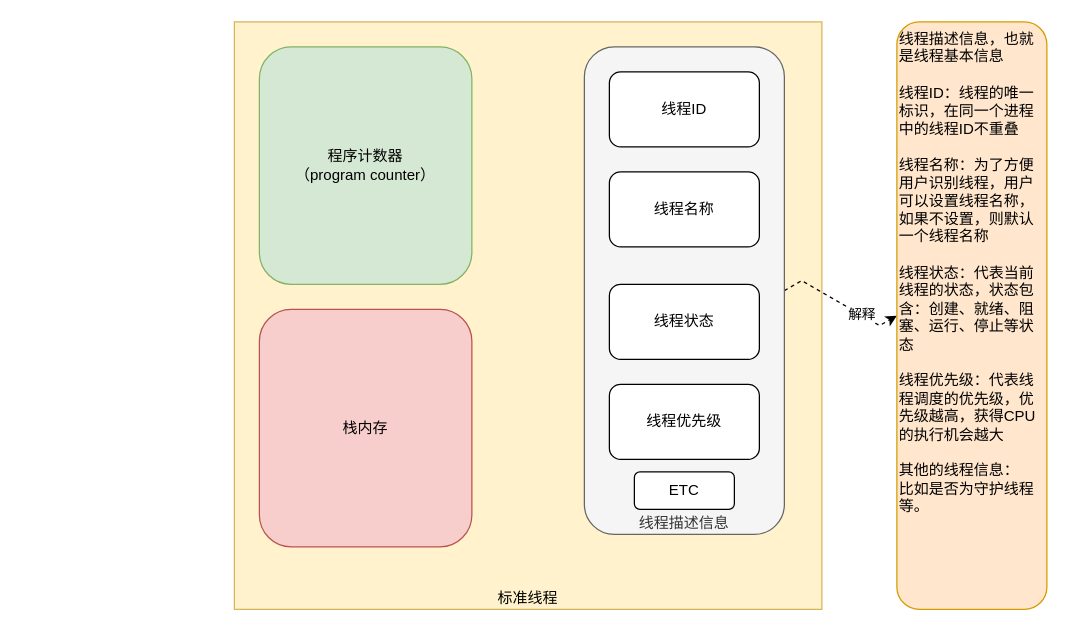
Earlier version of the draw.io diagram MuiltyThread.drawio (tz1102/drawio). Source tidied: cells renumbered, new cells numbered last; positions are measured from the earlier drawing's top-left corner, leaving out a move shared by most shapes. Both pictures are drawn from the tidied source at 125%, with x=0, y=0 at pixel (234, 21).
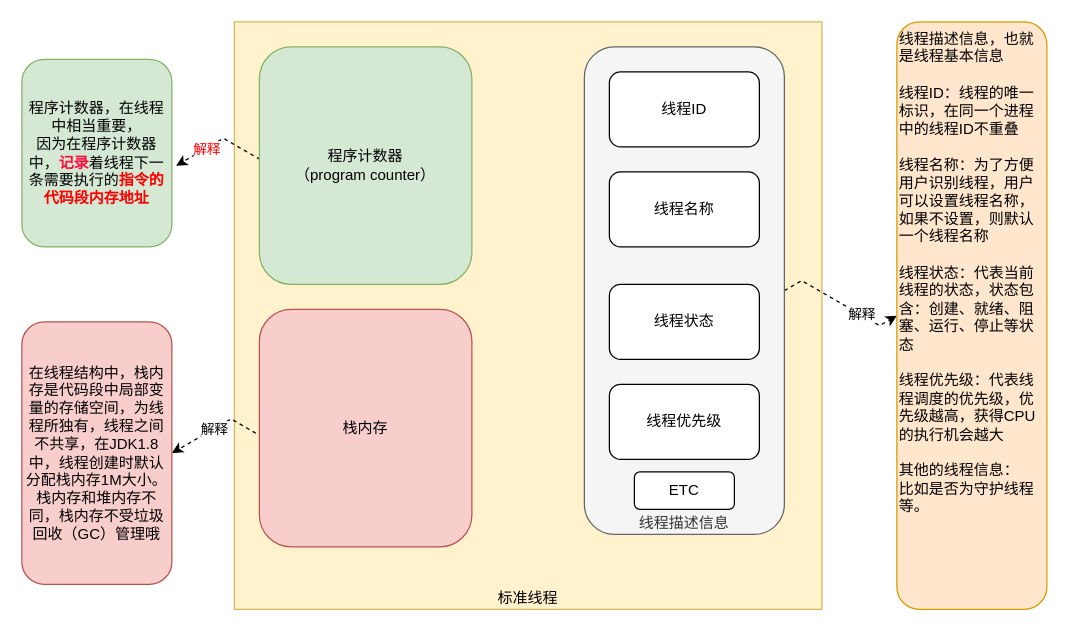
After the change.

The edit, as a diff of the source:
```diff
@@
 <mxGraphModel>
   <root>
     <mxCell id="0" />
     <mxCell id="1" parent="0" />
     <mxCell id="2" value="标准线程" style="whiteSpace=wrap;html=1;fillColor=#fff2cc;strokeColor=#d6b656;verticalAlign=bottom;" parent="1" vertex="1">
       <mxGeometry width="470" height="470" as="geometry" />
     </mxCell>
+    <mxCell id="14" style="edgeStyle=isometricEdgeStyle;rounded=0;jettySize=auto;html=1;entryX=1.028;entryY=0.567;entryDx=0;entryDy=0;entryPerimeter=0;dashed=1;fontColor=#FF0000;" parent="1" edge="1" source="3" target="18">
+      <mxGeometry relative="1" as="geometry" />
+    </mxCell>
+    <mxCell id="15" value="解释" style="edgeLabel;html=1;align=center;verticalAlign=middle;fontColor=#FF0000;" parent="14" vertex="1">
+      <mxGeometry x="0.7" relative="1" as="geometry" />
+    </mxCell>
     <mxCell id="3" value="程序计数器&lt;br&gt;（program counter）" style="rounded=1;whiteSpace=wrap;html=1;fillColor=#d5e8d4;strokeColor=#82b366;" parent="1" vertex="1">
       <mxGeometry x="20" y="20" width="170" height="190" as="geometry" />
     </mxCell>
+    <mxCell id="16" style="edgeStyle=isometricEdgeStyle;rounded=0;jettySize=auto;html=1;entryX=1;entryY=0.5;entryDx=0;entryDy=0;dashed=1;fontColor=#FF0000;" parent="1" edge="1" source="4" target="19">
+      <mxGeometry relative="1" as="geometry" />
+    </mxCell>
+    <mxCell id="17" value="解释" style="edgeLabel;html=1;align=center;verticalAlign=middle;fontColor=#000000;" parent="16" vertex="1">
+      <mxGeometry x="0.54" relative="1" as="geometry" />
+    </mxCell>
     <mxCell id="4" value="栈内存" style="rounded=1;whiteSpace=wrap;html=1;fillColor=#f8cecc;strokeColor=#b85450;" parent="1" vertex="1">
       <mxGeometry x="20" y="230" width="170" height="190" as="geometry" />
     </mxCell>
     <mxCell id="5" style="edgeStyle=isometricEdgeStyle;rounded=0;jettySize=auto;html=1;exitX=1;exitY=0.5;exitDx=0;exitDy=0;entryX=0;entryY=0.5;entryDx=0;entryDy=0;dashed=1;" parent="1" edge="1" source="7" target="13">
       <mxGeometry relative="1" as="geometry" />
     </mxCell>
     <mxCell id="6" value="解释" style="edgeLabel;html=1;align=center;verticalAlign=middle;" parent="5" vertex="1">
       <mxGeometry x="0.34" y="1" relative="1" as="geometry" />
     </mxCell>
     <mxCell id="7" value="线程描述信息" style="rounded=1;whiteSpace=wrap;html=1;fillColor=#f5f5f5;fontColor=#333333;strokeColor=#666666;verticalAlign=bottom;" parent="1" vertex="1">
       <mxGeometry x="280" y="20" width="160" height="390" as="geometry" />
     </mxCell>
     <mxCell id="8" value="线程ID" style="rounded=1;whiteSpace=wrap;html=1;" parent="1" vertex="1">
       <mxGeometry x="300" y="40" width="120" height="60" as="geometry" />
     </mxCell>
     <mxCell id="9" value="线程名称" style="rounded=1;whiteSpace=wrap;html=1;" parent="1" vertex="1">
       <mxGeometry x="300" y="120" width="120" height="60" as="geometry" />
     </mxCell>
     <mxCell id="10" value="线程状态" style="rounded=1;whiteSpace=wrap;html=1;" parent="1" vertex="1">
       <mxGeometry x="300" y="210" width="120" height="60" as="geometry" />
     </mxCell>
     <mxCell id="11" value="线程优先级" style="rounded=1;whiteSpace=wrap;html=1;" parent="1" vertex="1">
       <mxGeometry x="300" y="290" width="120" height="60" as="geometry" />
     </mxCell>
     <mxCell id="12" value="ETC" style="rounded=1;whiteSpace=wrap;html=1;" parent="1" vertex="1">
       <mxGeometry x="320" y="360" width="80" height="30" as="geometry" />
     </mxCell>
     <mxCell id="13" value="线程描述信息，也就是线程基本信息&lt;br&gt;&lt;br&gt;线程ID：线程的唯一标识，在同一个进程中的线程ID不重叠&lt;br&gt;&lt;br&gt;线程名称：为了方便用户识别线程，用户可以设置线程名称，如果不设置，则默认一个线程名称&lt;br&gt;&lt;br&gt;线程状态：代表当前线程的状态，状态包含：创建、就绪、阻塞、运行、停止等状态&lt;br&gt;&lt;br&gt;线程优先级：代表线程调度的优先级，优先级越高，获得CPU的执行机会越大&lt;br&gt;&lt;br&gt;其他的线程信息：&lt;br&gt;比如是否为守护线程等。" style="rounded=1;whiteSpace=wrap;html=1;fillColor=#ffe6cc;strokeColor=#d79b00;verticalAlign=top;align=left;" parent="1" vertex="1">
       <mxGeometry x="530" width="120" height="470" as="geometry" />
     </mxCell>
+    <mxCell id="18" value="程序计数器，在线程中相当重要，&lt;br&gt;因为在程序计数器中，&lt;b&gt;&lt;font color=&quot;#ff0d3d&quot;&gt;记录&lt;/font&gt;&lt;/b&gt;着线程下一条需要执行的&lt;font color=&quot;#ff0000&quot;&gt;&lt;b&gt;指令的代码段内存地址&lt;/b&gt;&lt;/font&gt;" style="rounded=1;whiteSpace=wrap;html=1;fillColor=#d5e8d4;strokeColor=#82b366;" parent="1" vertex="1">
+      <mxGeometry x="-170" y="30" width="120" height="150" as="geometry" />
+    </mxCell>
+    <mxCell id="19" value="在线程结构中，栈内存是代码段中局部变量的存储空间，为线程所独有，线程之间不共享，在JDK1.8中，线程创建时默认分配栈内存1M大小。栈内存和堆内存不同，栈内存不受垃圾回收（GC）管理哦" style="rounded=1;whiteSpace=wrap;html=1;fillColor=#f8cecc;strokeColor=#b85450;" parent="1" vertex="1">
+      <mxGeometry x="-170" y="240" width="120" height="210" as="geometry" />
+    </mxCell>
   </root>
 </mxGraphModel>
```
